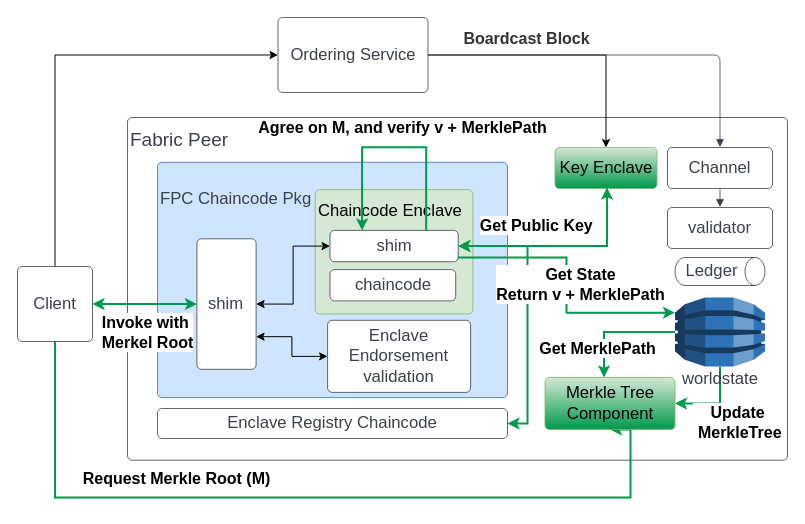
The draw.io diagram MerkleArchitecture.drawio in chenchanglew/systex2024, before the edit. Source tidied: cells renumbered, new cells numbered last; positions are measured from the earlier drawing's top-left corner, leaving out a move shared by most shapes. Both pictures are drawn from the tidied source at 100%, with x=0, y=0 at pixel (17, 17).
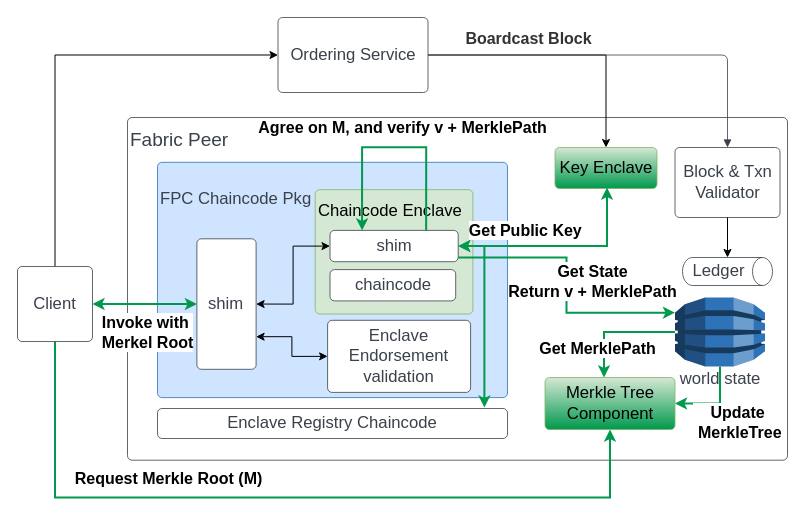
The same page after the edit.

The change refers to these unchanged cells:
```xml
<mxCell id="6" value="Client" style="html=1;overflow=block;blockSpacing=1;whiteSpace=wrap;fontSize=16.7;fontColor=#3a414a;spacing=3.8;strokeColor=#3a414a;strokeOpacity=100;rounded=1;absoluteArcSize=1;arcSize=9;strokeWidth=0.8;lucidId=cE2TcnImbqJd;" parent="1" vertex="1">
  <mxGeometry y="249" width="75" height="75" as="geometry" />
</mxCell>
<mxCell id="8" value="Ordering Service" style="html=1;overflow=block;blockSpacing=1;whiteSpace=wrap;fontSize=16.7;fontColor=#3a414a;spacing=3.8;strokeColor=#3a414a;strokeOpacity=100;rounded=1;absoluteArcSize=1;arcSize=9;strokeWidth=0.8;lucidId=cE2T7upM-5wP;" parent="1" vertex="1">
  <mxGeometry x="260.5" width="150" height="75" as="geometry" />
</mxCell>
<mxCell id="20" value="Enclave Registry Chaincode" style="html=1;overflow=block;blockSpacing=1;whiteSpace=wrap;fontSize=16.7;fontColor=#3a414a;spacing=3.8;strokeColor=#3a414a;strokeOpacity=100;rounded=1;absoluteArcSize=1;arcSize=9;strokeWidth=0.8;lucidId=tcRUu2L1BEtK;" parent="1" vertex="1">
  <mxGeometry x="140" y="391" width="350" height="30" as="geometry" />
</mxCell>
<mxCell id="21" value="Merkle Tree Component" style="html=1;overflow=block;blockSpacing=1;whiteSpace=wrap;fontSize=16.7;spacing=3.8;strokeColor=#82b366;strokeOpacity=100;rounded=1;absoluteArcSize=1;arcSize=9;strokeWidth=0.8;lucidId=tcRUu2L1BEtK;fillColor=#d5e8d4;gradientColor=#00994D;" parent="1" vertex="1">
  <mxGeometry x="527.5" y="360" width="130" height="52" as="geometry" />
</mxCell>
<mxCell id="29" value="shim" style="html=1;overflow=block;blockSpacing=1;whiteSpace=wrap;fontSize=16.7;fontColor=#3a414a;spacing=3.8;strokeColor=#3a414a;strokeOpacity=100;rounded=1;absoluteArcSize=1;arcSize=9;strokeWidth=0.8;lucidId=cE2TcnImbqJd;" parent="22" vertex="1">
  <mxGeometry x="172.5" y="68.1" width="128.2" height="31.3" as="geometry" />
</mxCell>
<mxCell id="35" style="edgeStyle=orthogonalEdgeStyle;rounded=0;jettySize=auto;html=1;entryX=0;entryY=0.22;entryDx=0;entryDy=0;entryPerimeter=0;strokeColor=#00994D;strokeWidth=2;" parent="1" edge="1" source="29" target="17">
  <mxGeometry relative="1" as="geometry">
    <Array as="points">
      <mxPoint x="549" y="240" />
      <mxPoint x="549" y="295" />
    </Array>
  </mxGeometry>
</mxCell>
```

Change to the diagram source:
```diff
@@
-    <mxCell id="3" style="edgeStyle=orthogonalEdgeStyle;rounded=0;jettySize=auto;html=1;entryX=0.5;entryY=1;entryDx=0;entryDy=0;strokeColor=#00994D;strokeWidth=2;" parent="1" edge="1" source="6" target="21">
+    <mxCell id="3" style="edgeStyle=orthogonalEdgeStyle;rounded=0;jettySize=auto;html=1;strokeColor=#00994D;strokeWidth=2;entryX=0.5;entryY=1;entryDx=0;entryDy=0;" parent="1" edge="1" source="6" target="21">
       <mxGeometry relative="1" as="geometry">
         <Array as="points">
           <mxPoint x="38" y="480" />
-          <mxPoint x="613" y="480" />
+          <mxPoint x="593" y="480" />
         </Array>
       </mxGeometry>
     </mxCell>
@@
-    <mxCell id="9" style="html=1;jettySize=18;whiteSpace=wrap;fontSize=13;strokeColor=#3a414a;strokeOpacity=100;strokeWidth=0.8;rounded=1;arcSize=12;edgeStyle=orthogonalEdgeStyle;startArrow=none;endArrow=block;endFill=1;exitX=1.002;exitY=0.5;exitPerimeter=0;entryX=0.5;entryY=-0.009;entryPerimeter=0;lucidId=cE2TTOuiVxtX;" parent="1" edge="1" source="8" target="12">
+    <mxCell id="9" style="html=1;jettySize=18;whiteSpace=wrap;fontSize=13;strokeColor=#3a414a;strokeOpacity=100;strokeWidth=0.8;rounded=1;arcSize=12;edgeStyle=orthogonalEdgeStyle;startArrow=none;endArrow=block;endFill=1;exitX=1.002;exitY=0.5;exitPerimeter=0;entryX=0.5;entryY=0;lucidId=cE2TTOuiVxtX;entryDx=0;entryDy=0;" parent="1" edge="1" source="8" target="19">
       <mxGeometry relative="1" as="geometry" />
     </mxCell>
@@
-    <mxCell id="11" style="html=1;jettySize=18;whiteSpace=wrap;fontSize=13;strokeColor=#3a414a;strokeOpacity=100;strokeWidth=0.8;rounded=1;arcSize=12;edgeStyle=orthogonalEdgeStyle;startArrow=none;endArrow=block;endFill=1;exitX=0.5;exitY=1.009;exitPerimeter=0;entryX=0.5;entryY=-0.009;entryPerimeter=0;lucidId=.cRUCi.LfDTX;" parent="1" edge="1" source="12" target="19">
-      <mxGeometry relative="1" as="geometry" />
-    </mxCell>
-    <mxCell id="12" value="Channel" style="html=1;overflow=block;blockSpacing=1;whiteSpace=wrap;fontSize=16.7;fontColor=#3a414a;spacing=3.8;strokeColor=#3a414a;strokeOpacity=100;rounded=1;absoluteArcSize=1;arcSize=9;strokeWidth=0.8;lucidId=cE2Tuvb.r3W8;" parent="1" vertex="1">
-      <mxGeometry x="650" y="130" width="105" height="41" as="geometry" />
-    </mxCell>
@@
-    <mxCell id="17" value="worldstate" style="html=1;overflow=block;blockSpacing=1;whiteSpace=wrap;shape=mxgraph.aws3.dynamo_db;labelPosition=center;verticalLabelPosition=bottom;align=center;verticalAlign=top;fontSize=16.7;fontColor=#3a414a;spacing=3.8;strokeColor=#3a414a;strokeOpacity=100;rounded=1;absoluteArcSize=1;arcSize=9;fillColor=#2e73b8;strokeWidth=0.8;lucidId=cE2T~fHr0tdE;" parent="1" vertex="1">
+    <mxCell id="17" value="world state" style="html=1;overflow=block;blockSpacing=1;whiteSpace=wrap;shape=mxgraph.aws3.dynamo_db;labelPosition=center;verticalLabelPosition=bottom;align=center;verticalAlign=top;fontSize=16.7;fontColor=#3a414a;spacing=3.8;strokeColor=#3a414a;strokeOpacity=100;rounded=1;absoluteArcSize=1;arcSize=9;fillColor=#2e73b8;strokeWidth=0.8;lucidId=cE2T~fHr0tdE;" parent="1" vertex="1">
       <mxGeometry x="657.5" y="280" width="90" height="69" as="geometry" />
     </mxCell>
     <mxCell id="18" value="Ledger" style="html=1;overflow=block;blockSpacing=1;whiteSpace=wrap;shape=cylinder3;direction=south;size=10;anchorPointDirection=0;boundedLbl=1;fontSize=16.7;fontColor=#3a414a;spacing=3.8;strokeColor=#3a414a;strokeOpacity=100;rounded=1;absoluteArcSize=1;arcSize=9;strokeWidth=0.8;lucidId=cE2TJ~xX5vwF;" parent="1" vertex="1">
-      <mxGeometry x="657.5" y="240" width="90" height="28" as="geometry" />
+      <mxGeometry x="665" y="240" width="90" height="28" as="geometry" />
     </mxCell>
-    <mxCell id="19" value="validator" style="html=1;overflow=block;blockSpacing=1;whiteSpace=wrap;fontSize=16.7;fontColor=#3a414a;spacing=3.8;strokeColor=#3a414a;strokeOpacity=100;rounded=1;absoluteArcSize=1;arcSize=9;strokeWidth=0.8;lucidId=tcRUu2L1BEtK;" parent="1" vertex="1">
-      <mxGeometry x="650" y="190" width="105" height="41" as="geometry" />
+    <mxCell id="19" value="Block &amp;amp; Txn Validator" style="html=1;overflow=block;blockSpacing=1;whiteSpace=wrap;fontSize=16.7;fontColor=#3a414a;spacing=3.8;strokeColor=#3a414a;strokeOpacity=100;rounded=1;absoluteArcSize=1;arcSize=9;strokeWidth=0.8;lucidId=tcRUu2L1BEtK;" parent="1" vertex="1">
+      <mxGeometry x="657.5" y="130" width="105" height="70" as="geometry" />
     </mxCell>
@@
-    <mxCell id="33" style="edgeStyle=orthogonalEdgeStyle;rounded=0;jettySize=auto;html=1;startArrow=classic;startFill=1;entryX=1;entryY=0.5;entryDx=0;entryDy=0;strokeWidth=2;strokeColor=#00994D;" parent="1" edge="1" source="29" target="20">
+    <mxCell id="33" style="edgeStyle=orthogonalEdgeStyle;rounded=0;jettySize=auto;html=1;startArrow=classic;startFill=1;strokeWidth=2;strokeColor=#00994D;entryX=0.934;entryY=-0.033;entryDx=0;entryDy=0;entryPerimeter=0;" parent="1" edge="1" source="29" target="20">
       <mxGeometry relative="1" as="geometry">
         <Array as="points">
-          <mxPoint x="510" y="229" />
-          <mxPoint x="510" y="406" />
+          <mxPoint x="467" y="229" />
         </Array>
       </mxGeometry>
     </mxCell>
     <mxCell id="34" value="&lt;b&gt;&lt;font style=&quot;font-size: 16px;&quot;&gt;Get Public Key&amp;nbsp;&lt;/font&gt;&lt;br&gt;&lt;/b&gt;" style="edgeLabel;html=1;align=center;verticalAlign=middle;" parent="33" vertex="1">
       <mxGeometry x="-0.41" y="-1" relative="1" as="geometry">
-        <mxPoint x="11" y="-31" as="offset" />
+        <mxPoint x="44" y="-45" as="offset" />
       </mxGeometry>
     </mxCell>
@@
     <mxCell id="36" value="&lt;b style=&quot;font-size: 16px;&quot;&gt;Get State&lt;br&gt;Return v + MerklePath&lt;/b&gt;" style="edgeLabel;html=1;align=center;verticalAlign=middle;" parent="35" vertex="1">
       <mxGeometry x="0.49" y="1" relative="1" as="geometry">
-        <mxPoint x="-26" y="-28" as="offset" />
+        <mxPoint x="-14" y="-31" as="offset" />
       </mxGeometry>
     </mxCell>
@@
+    <mxCell id="41" style="edgeStyle=orthogonalEdgeStyle;rounded=0;jettySize=auto;html=1;entryX=0.5;entryY=0;entryDx=0;entryDy=0;entryPerimeter=0;" parent="1" edge="1" source="19" target="18">
+      <mxGeometry relative="1" as="geometry" />
+    </mxCell>
```
